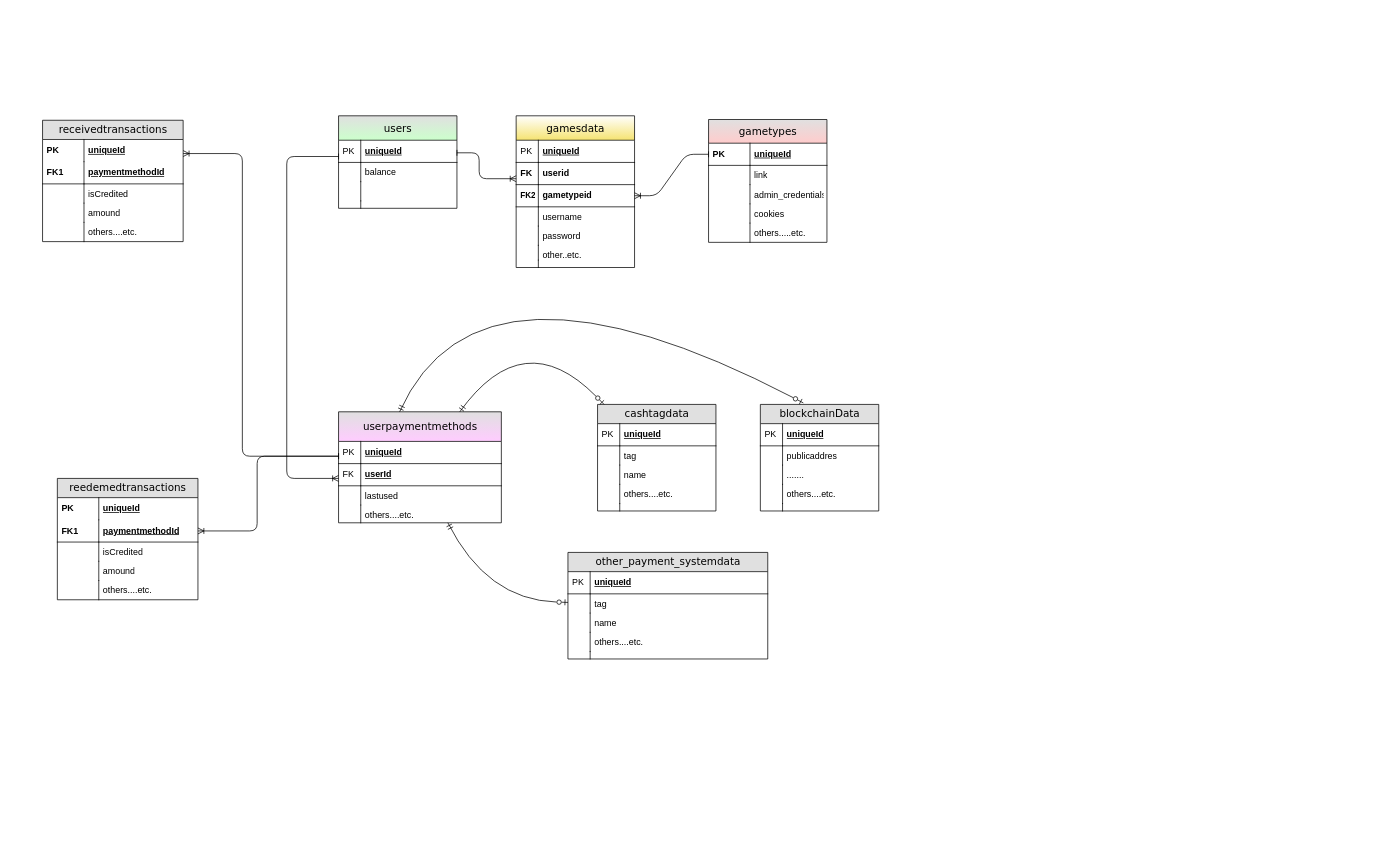
This is page "Page-1" (1 of 2) of Untitled Diagram.drawio from w0aw/diagrams, a draw.io file, before an edit. Source tidied: cells renumbered, new cells numbered last; positions are measured from the earlier drawing's top-left corner, leaving out a move shared by most shapes. Both pictures are drawn from the tidied source at 74%, with x=0, y=0 at pixel (42, 115).
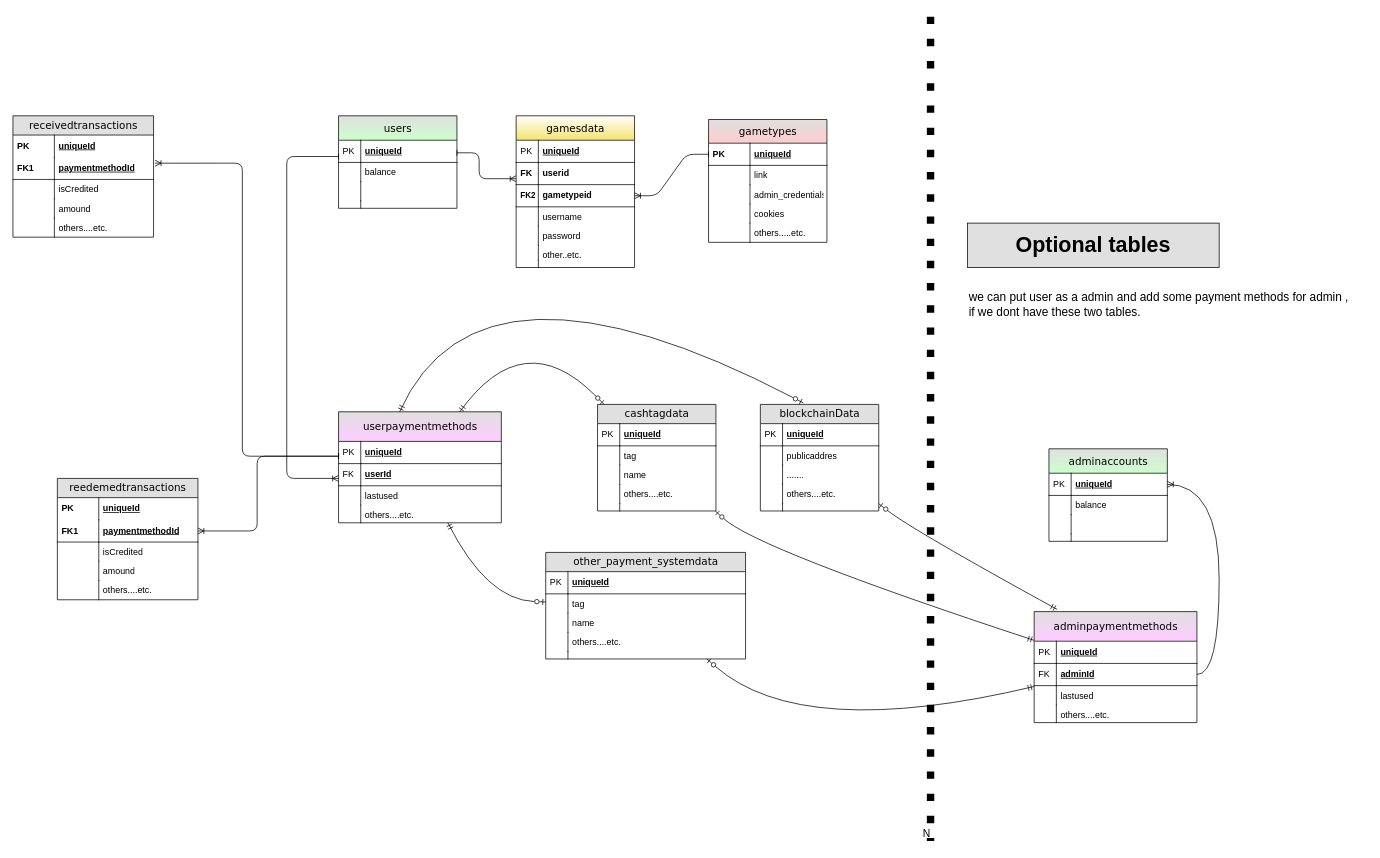
Above is the later version.

The change refers to these unchanged cells:
```xml
<mxCell id="3" value="uniqueId" style="shape=partialRectangle;top=0;left=0;right=0;bottom=0;html=1;align=left;verticalAlign=middle;fillColor=none;spacingLeft=60;spacingRight=4;whiteSpace=wrap;overflow=hidden;points=[[0,0.5],[1,0.5]];portConstraint=eastwest;fontStyle=5;" parent="2" vertex="1">
  <mxGeometry y="26" width="190" height="30" as="geometry" />
</mxCell>
<mxCell id="5" value="paymentmethodId" style="shape=partialRectangle;top=0;left=0;right=0;bottom=1;html=1;align=left;verticalAlign=middle;fillColor=none;spacingLeft=60;spacingRight=4;whiteSpace=wrap;overflow=hidden;points=[[0,0.5],[1,0.5]];portConstraint=eastwest;fontStyle=5;" parent="2" vertex="1">
  <mxGeometry y="56" width="190" height="30" as="geometry" />
</mxCell>
<mxCell id="23" value="uniqueId" style="shape=partialRectangle;top=0;left=0;right=0;bottom=1;html=1;align=left;verticalAlign=middle;fillColor=none;spacingLeft=34;spacingRight=4;whiteSpace=wrap;overflow=hidden;points=[[0,0.5],[1,0.5]];portConstraint=eastwest;fontStyle=5;" parent="22" vertex="1">
  <mxGeometry y="40" width="220" height="30" as="geometry" />
</mxCell>
<mxCell id="60" value="cashtagdata" style="swimlane;html=1;fontStyle=0;horizontal=1;startSize=26;fillColor=#e0e0e0;swimlaneFillColor=#ffffff;align=center;rounded=0;shadow=0;comic=0;labelBackgroundColor=none;strokeWidth=1;fontFamily=Verdana;fontSize=14;" parent="1" vertex="1">
  <mxGeometry x="750" y="390" width="160" height="144" as="geometry" />
</mxCell>
<mxCell id="85" value="blockchainData" style="swimlane;html=1;fontStyle=0;horizontal=1;startSize=26;fillColor=#e0e0e0;swimlaneFillColor=#ffffff;align=center;rounded=0;shadow=0;comic=0;labelBackgroundColor=none;strokeWidth=1;fontFamily=Verdana;fontSize=14;" parent="1" vertex="1">
  <mxGeometry x="970" y="390" width="160" height="144" as="geometry" />
</mxCell>
```

What changed in the source:
```diff
@@
     <mxCell id="2" value="receivedtransactions" style="swimlane;html=1;fontStyle=0;horizontal=1;startSize=26;fillColor=#e0e0e0;swimlaneFillColor=#ffffff;align=center;rounded=0;shadow=0;comic=0;labelBackgroundColor=none;strokeWidth=1;fontFamily=Verdana;fontSize=14;" parent="1" vertex="1">
-      <mxGeometry y="6" width="190" height="164" as="geometry" />
+      <mxGeometry x="-40" width="190" height="164" as="geometry" />
     </mxCell>
@@
-    <mxCell id="57" style="edgeStyle=orthogonalEdgeStyle;html=1;endArrow=ERoneToMany;startArrow=baseDash;labelBackgroundColor=none;fontFamily=Verdana;fontSize=14;endFill=0;startFill=0;" parent="1" edge="1" source="23" target="3">
+    <mxCell id="57" style="edgeStyle=orthogonalEdgeStyle;html=1;endArrow=ERoneToMany;startArrow=baseDash;labelBackgroundColor=none;fontFamily=Verdana;fontSize=14;endFill=0;startFill=0;entryX=1.011;entryY=0.267;entryDx=0;entryDy=0;entryPerimeter=0;" parent="1" edge="1" source="23" target="5">
       <mxGeometry relative="1" as="geometry">
         <Array as="points">
           <mxPoint x="270" y="460" />
-          <mxPoint x="270" y="51" />
+          <mxPoint x="270" y="64" />
         </Array>
       </mxGeometry>
     </mxCell>
@@
     <mxCell id="97" value="other_payment_systemdata" style="swimlane;html=1;fontStyle=0;horizontal=1;startSize=26;fillColor=#e0e0e0;swimlaneFillColor=#ffffff;align=center;rounded=0;shadow=0;comic=0;labelBackgroundColor=none;strokeWidth=1;fontFamily=Verdana;fontSize=14;" parent="1" vertex="1">
-      <mxGeometry x="710" y="590" width="270" height="144" as="geometry" />
+      <mxGeometry x="680" y="590" width="270" height="144" as="geometry" />
     </mxCell>
@@
+    <mxCell id="109" style="endArrow=ERzeroToOne;startArrow=ERmandOne;html=1;fontSize=11;startFill=0;endFill=0;curved=1;exitX=0.141;exitY=-0.02;exitDx=0;exitDy=0;exitPerimeter=0;" parent="1" edge="1" source="121" target="85">
+      <mxGeometry relative="1" as="geometry">
+        <Array as="points">
+          <mxPoint x="1176.2" y="560" />
+        </Array>
+      </mxGeometry>
+    </mxCell>
+    <mxCell id="110" style="endArrow=ERzeroToOne;startArrow=ERmandOne;html=1;fontSize=11;startFill=0;endFill=0;curved=1;" parent="1" edge="1" source="121" target="60">
+      <mxGeometry relative="1" as="geometry">
+        <Array as="points">
+          <mxPoint x="966.2" y="585.9" />
+        </Array>
+      </mxGeometry>
+    </mxCell>
+    <mxCell id="111" style="endArrow=ERzeroToOne;startArrow=ERmandOne;html=1;fontSize=11;startFill=0;endFill=0;curved=1;" parent="1" edge="1" source="121" target="97">
+      <mxGeometry relative="1" as="geometry">
+        <Array as="points">
+          <mxPoint x="1026.2" y="845.9" />
+        </Array>
+      </mxGeometry>
+    </mxCell>
+    <mxCell id="112" value="adminaccounts" style="swimlane;html=1;fontStyle=0;horizontal=1;startSize=33;fillColor=#e0e0e0;swimlaneFillColor=#ffffff;align=center;rounded=0;shadow=0;comic=0;labelBackgroundColor=none;strokeWidth=1;fontFamily=Verdana;fontSize=14;swimlaneLine=1;gradientColor=#CCFFCC;" parent="1" vertex="1">
+      <mxGeometry x="1360" y="450" width="160" height="125" as="geometry" />
+    </mxCell>
+    <mxCell id="113" value="uniqueId" style="shape=partialRectangle;top=0;left=0;right=0;bottom=1;html=1;align=left;verticalAlign=middle;fillColor=none;spacingLeft=34;spacingRight=4;whiteSpace=wrap;overflow=hidden;points=[[0,0.5],[1,0.5]];portConstraint=eastwest;fontStyle=5;" parent="112" vertex="1">
+      <mxGeometry y="33" width="160" height="30" as="geometry" />
+    </mxCell>
+    <mxCell id="114" value="PK" style="shape=partialRectangle;top=0;left=0;bottom=0;html=1;fillColor=none;align=left;verticalAlign=middle;spacingLeft=4;spacingRight=4;whiteSpace=wrap;overflow=hidden;" parent="113" vertex="1">
+      <mxGeometry width="30" height="30" as="geometry" />
+    </mxCell>
+    <mxCell id="115" value="balance" style="shape=partialRectangle;top=0;left=0;right=0;bottom=0;html=1;align=left;verticalAlign=top;fillColor=none;spacingLeft=34;spacingRight=4;whiteSpace=wrap;overflow=hidden;" parent="112" vertex="1">
+      <mxGeometry y="63" width="160" height="26" as="geometry" />
+    </mxCell>
+    <mxCell id="116" style="shape=partialRectangle;top=0;left=0;bottom=0;html=1;fillColor=none;align=left;verticalAlign=top;spacingLeft=4;spacingRight=4;whiteSpace=wrap;overflow=hidden;" parent="115" vertex="1">
+      <mxGeometry width="30" height="26" as="geometry" />
+    </mxCell>
+    <mxCell id="117" style="shape=partialRectangle;top=0;left=0;right=0;bottom=0;html=1;align=left;verticalAlign=top;fillColor=none;spacingLeft=34;spacingRight=4;whiteSpace=wrap;overflow=hidden;" parent="112" vertex="1">
+      <mxGeometry y="89" width="160" height="26" as="geometry" />
+    </mxCell>
+    <mxCell id="118" style="shape=partialRectangle;top=0;left=0;bottom=0;html=1;fillColor=none;align=left;verticalAlign=top;spacingLeft=4;spacingRight=4;whiteSpace=wrap;overflow=hidden;" parent="117" vertex="1">
+      <mxGeometry width="30" height="26" as="geometry" />
+    </mxCell>
+    <mxCell id="119" style="shape=partialRectangle;top=0;left=0;right=0;bottom=0;html=1;align=left;verticalAlign=top;fillColor=none;spacingLeft=34;spacingRight=4;whiteSpace=wrap;overflow=hidden;" parent="112" vertex="1">
+      <mxGeometry y="115" width="160" height="10" as="geometry" />
+    </mxCell>
+    <mxCell id="120" style="shape=partialRectangle;top=0;left=0;bottom=0;html=1;fillColor=none;align=left;verticalAlign=top;spacingLeft=4;spacingRight=4;whiteSpace=wrap;overflow=hidden;" parent="119" vertex="1">
+      <mxGeometry width="30" height="10" as="geometry" />
+    </mxCell>
+    <mxCell id="121" value="adminpaymentmethods" style="swimlane;html=1;fontStyle=0;horizontal=1;startSize=40;fillColor=#e0e0e0;swimlaneFillColor=#ffffff;align=center;rounded=0;shadow=0;comic=0;labelBackgroundColor=none;strokeWidth=1;fontFamily=Verdana;fontSize=14;gradientColor=#FFCCFF;" parent="1" vertex="1">
+      <mxGeometry x="1340" y="670" width="220" height="150" as="geometry" />
+    </mxCell>
+    <mxCell id="122" value="uniqueId" style="shape=partialRectangle;top=0;left=0;right=0;bottom=1;html=1;align=left;verticalAlign=middle;fillColor=none;spacingLeft=34;spacingRight=4;whiteSpace=wrap;overflow=hidden;fontStyle=5;" parent="121" vertex="1">
+      <mxGeometry y="40" width="220" height="30" as="geometry" />
+    </mxCell>
+    <mxCell id="123" value="PK" style="shape=partialRectangle;top=0;left=0;bottom=0;html=1;fillColor=none;align=left;verticalAlign=middle;spacingLeft=4;spacingRight=4;whiteSpace=wrap;overflow=hidden;" parent="122" vertex="1">
+      <mxGeometry width="30" height="30" as="geometry" />
+    </mxCell>
+    <mxCell id="124" value="adminId" style="shape=partialRectangle;top=0;left=0;right=0;bottom=1;html=1;align=left;verticalAlign=middle;fillColor=none;spacingLeft=34;spacingRight=4;whiteSpace=wrap;overflow=hidden;points=[[0,0.5],[1,0.5]];portConstraint=eastwest;fontStyle=5;" parent="121" vertex="1">
+      <mxGeometry y="70" width="220" height="30" as="geometry" />
+    </mxCell>
+    <mxCell id="125" value="FK" style="shape=partialRectangle;top=0;left=0;bottom=0;html=1;fillColor=none;align=left;verticalAlign=middle;spacingLeft=4;spacingRight=4;whiteSpace=wrap;overflow=hidden;" parent="124" vertex="1">
+      <mxGeometry width="30" height="30" as="geometry" />
+    </mxCell>
+    <mxCell id="126" value="lastused" style="shape=partialRectangle;top=0;left=0;right=0;bottom=0;html=1;align=left;verticalAlign=top;fillColor=none;spacingLeft=34;spacingRight=4;whiteSpace=wrap;overflow=hidden;" parent="121" vertex="1">
+      <mxGeometry y="100" width="220" height="26" as="geometry" />
+    </mxCell>
+    <mxCell id="127" style="shape=partialRectangle;top=0;left=0;bottom=0;html=1;fillColor=none;align=left;verticalAlign=top;spacingLeft=4;spacingRight=4;whiteSpace=wrap;overflow=hidden;" parent="126" vertex="1">
+      <mxGeometry width="30" height="26" as="geometry" />
+    </mxCell>
+    <mxCell id="128" value="others....etc." style="shape=partialRectangle;top=0;left=0;right=0;bottom=0;html=1;align=left;verticalAlign=top;fillColor=none;spacingLeft=34;spacingRight=4;whiteSpace=wrap;overflow=hidden;" parent="121" vertex="1">
+      <mxGeometry y="126" width="220" height="24" as="geometry" />
+    </mxCell>
+    <mxCell id="129" style="shape=partialRectangle;top=0;left=0;bottom=0;html=1;fillColor=none;align=left;verticalAlign=top;spacingLeft=4;spacingRight=4;whiteSpace=wrap;overflow=hidden;" parent="128" vertex="1">
+      <mxGeometry width="30" height="24" as="geometry" />
+    </mxCell>
+    <mxCell id="130" style="edgeStyle=entityRelationEdgeStyle;fontSize=12;html=1;endArrow=ERoneToMany;curved=1;" parent="1" edge="1" source="124" target="113">
+      <mxGeometry relative="1" as="geometry" />
+    </mxCell>
+    <mxCell id="131" style="endArrow=none;html=1;rounded=0;dashed=1;dashPattern=1 2;fontSize=14;strokeWidth=10;" parent="1" edge="1">
+      <mxGeometry relative="1" as="geometry">
+        <mxPoint x="1200" y="-134" as="sourcePoint" />
+        <mxPoint x="1200" y="980" as="targetPoint" />
+      </mxGeometry>
+    </mxCell>
+    <mxCell id="132" value="N" style="html=1;align=right;verticalAlign=bottom;shadow=0;sketch=0;strokeColor=default;fontSize=14;fillColor=#E0E0E0;gradientColor=none;" parent="131" vertex="1">
+      <mxGeometry x="1" relative="1" as="geometry" />
+    </mxCell>
+    <mxCell id="133" value="&lt;span style=&quot;font-size: 29px;&quot;&gt;Optional tables&lt;/span&gt;" style="rounded=0;whiteSpace=wrap;html=1;shadow=0;sketch=0;strokeColor=default;fontSize=29;fillColor=#E0E0E0;gradientColor=none;fontStyle=1;" parent="1" vertex="1">
+      <mxGeometry x="1250" y="145" width="340" height="60" as="geometry" />
+    </mxCell>
+    <mxCell id="134" value="we can put user as a admin and add some payment methods for admin ,&lt;br&gt;if we dont have these two tables." style="text;html=1;align=left;verticalAlign=middle;strokeColor=none;fillColor=none;fontSize=16;" parent="1" vertex="1">
+      <mxGeometry x="1250" y="230" width="540" height="50" as="geometry" />
+    </mxCell>
```
